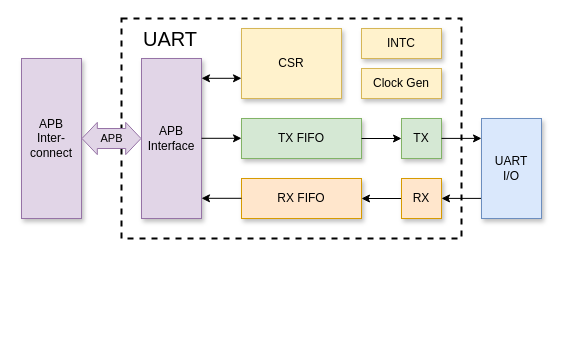
Before: doc/drawio/uart.drawio in minhcly95/riscv_machine, a draw.io diagram. Source tidied: cells renumbered, new cells numbered last; positions are measured from the earlier drawing's top-left corner, leaving out a move shared by most shapes. Both pictures are drawn from the tidied source at 100%, with x=0, y=0 at pixel (21, 18).
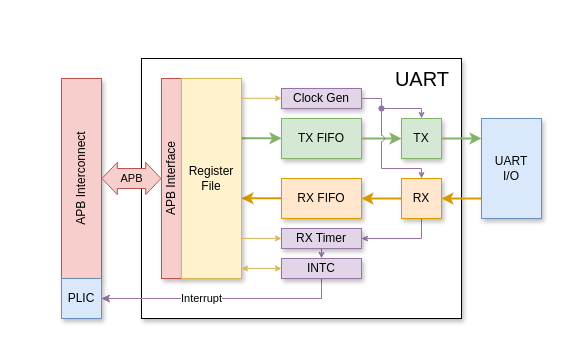
The same diagram, later.

The change refers to these unchanged cells:
```xml
<mxCell id="5" value="TX" style="rounded=0;whiteSpace=wrap;html=1;shadow=1;fillColor=#d5e8d4;strokeColor=#82b366;" parent="1" vertex="1">
  <mxGeometry x="380" y="100" width="40" height="40" as="geometry" />
</mxCell>
<mxCell id="7" value="RX" style="rounded=0;whiteSpace=wrap;html=1;shadow=1;fillColor=#ffe6cc;strokeColor=#d79b00;" parent="1" vertex="1">
  <mxGeometry x="380" y="160" width="40" height="40" as="geometry" />
</mxCell>
```

What changed in the source:
```diff
@@
-    <mxCell id="2" style="rounded=0;whiteSpace=wrap;html=1;dashed=1;strokeWidth=2;fillColor=none;" parent="1" vertex="1">
-      <mxGeometry x="100" width="340" height="220" as="geometry" />
+    <mxCell id="2" style="rounded=0;whiteSpace=wrap;html=1;strokeWidth=1;fillColor=default;shadow=1;" parent="1" vertex="1">
+      <mxGeometry x="120" y="40" width="320" height="260" as="geometry" />
     </mxCell>
     <mxCell id="3" value="TX FIFO" style="rounded=0;whiteSpace=wrap;html=1;shadow=1;fillColor=#d5e8d4;strokeColor=#82b366;" parent="1" vertex="1">
-      <mxGeometry x="220" y="100" width="120" height="40" as="geometry" />
+      <mxGeometry x="260" y="100" width="80" height="40" as="geometry" />
     </mxCell>
     <mxCell id="4" value="RX FIFO" style="rounded=0;whiteSpace=wrap;html=1;shadow=1;fillColor=#ffe6cc;strokeColor=#d79b00;" parent="1" vertex="1">
-      <mxGeometry x="220" y="160" width="120" height="40" as="geometry" />
+      <mxGeometry x="260" y="160" width="80" height="40" as="geometry" />
     </mxCell>
@@
-    <mxCell id="6" style="rounded=0;jettySize=auto;html=1;exitX=0;exitY=0.5;exitDx=0;exitDy=0;entryX=1;entryY=0.5;entryDx=0;entryDy=0;" parent="1" edge="1" source="7" target="4">
+    <mxCell id="6" style="rounded=0;jettySize=auto;html=1;exitX=0;exitY=0.5;exitDx=0;exitDy=0;entryX=1;entryY=0.5;entryDx=0;entryDy=0;strokeWidth=2;fillColor=#ffe6cc;strokeColor=#d79b00;" parent="1" edge="1" source="7" target="4">
       <mxGeometry relative="1" as="geometry" />
     </mxCell>
+    <mxCell id="22" style="edgeStyle=orthogonalEdgeStyle;rounded=0;jettySize=auto;html=1;exitX=0.5;exitY=1;exitDx=0;exitDy=0;entryX=1;entryY=0.5;entryDx=0;entryDy=0;endSize=4;fillColor=#e1d5e7;strokeColor=#9673a6;startSize=4;" parent="1" edge="1" source="7" target="25">
+      <mxGeometry relative="1" as="geometry" />
+    </mxCell>
@@
-    <mxCell id="8" style="endArrow=classic;html=1;rounded=0;exitX=1;exitY=0.5;exitDx=0;exitDy=0;entryX=0;entryY=0.5;entryDx=0;entryDy=0;" parent="1" edge="1" source="3" target="5">
+    <mxCell id="8" style="endArrow=classic;html=1;rounded=0;exitX=1;exitY=0.5;exitDx=0;exitDy=0;entryX=0;entryY=0.5;entryDx=0;entryDy=0;strokeWidth=2;fillColor=#d5e8d4;strokeColor=#82b366;" parent="1" edge="1" source="3" target="5">
       <mxGeometry relative="1" as="geometry" />
     </mxCell>
-    <mxCell id="9" value="APB&lt;br&gt;Interface" style="rounded=0;whiteSpace=wrap;html=1;fillColor=#e1d5e7;strokeColor=#9673a6;shadow=1;" parent="1" vertex="1">
-      <mxGeometry x="120" y="40" width="60" height="160" as="geometry" />
+    <mxCell id="9" value="APB Interface" style="rounded=0;whiteSpace=wrap;html=1;fillColor=#f8cecc;strokeColor=#b85450;shadow=1;horizontal=0;" parent="1" vertex="1">
+      <mxGeometry x="140" y="60" width="20" height="200" as="geometry" />
     </mxCell>
-    <mxCell id="10" style="endArrow=classic;html=1;rounded=0;exitX=1;exitY=0.5;exitDx=0;exitDy=0;entryX=0;entryY=0.5;entryDx=0;entryDy=0;" parent="1" edge="1">
+    <mxCell id="10" style="endArrow=classic;html=1;rounded=0;exitX=1;exitY=0.5;exitDx=0;exitDy=0;entryX=0;entryY=0.5;entryDx=0;entryDy=0;strokeWidth=2;fillColor=#d5e8d4;strokeColor=#82b366;" parent="1" edge="1">
       <mxGeometry relative="1" as="geometry">
-        <mxPoint x="180" y="119.8" as="sourcePoint" />
-        <mxPoint x="220" y="119.8" as="targetPoint" />
+        <mxPoint x="220" y="119.8" as="sourcePoint" />
+        <mxPoint x="260" y="119.8" as="targetPoint" />
       </mxGeometry>
     </mxCell>
-    <mxCell id="11" style="endArrow=classic;html=1;rounded=0;exitX=1;exitY=0.5;exitDx=0;exitDy=0;entryX=0;entryY=0.5;entryDx=0;entryDy=0;" parent="1" edge="1">
+    <mxCell id="11" style="endArrow=classic;html=1;rounded=0;exitX=1;exitY=0.5;exitDx=0;exitDy=0;entryX=0;entryY=0.5;entryDx=0;entryDy=0;strokeWidth=2;fillColor=#ffe6cc;strokeColor=#d79b00;" parent="1" edge="1">
       <mxGeometry relative="1" as="geometry">
-        <mxPoint x="220" y="179.8" as="sourcePoint" />
-        <mxPoint x="180" y="179.8" as="targetPoint" />
+        <mxPoint x="260" y="179.8" as="sourcePoint" />
+        <mxPoint x="220" y="179.8" as="targetPoint" />
       </mxGeometry>
     </mxCell>
-    <mxCell id="12" value="CSR" style="rounded=0;whiteSpace=wrap;html=1;shadow=1;fillColor=#fff2cc;strokeColor=#d6b656;" parent="1" vertex="1">
-      <mxGeometry x="220" y="10" width="100" height="70" as="geometry" />
+    <mxCell id="12" value="Register&lt;br&gt;File" style="rounded=0;whiteSpace=wrap;html=1;shadow=1;fillColor=#fff2cc;strokeColor=#d6b656;" parent="1" vertex="1">
+      <mxGeometry x="160" y="60" width="60" height="200" as="geometry" />
     </mxCell>
-    <mxCell id="13" style="endArrow=classic;html=1;rounded=0;exitX=1;exitY=0.5;exitDx=0;exitDy=0;entryX=0;entryY=0.5;entryDx=0;entryDy=0;startArrow=classic;startFill=1;" parent="1" edge="1">
-      <mxGeometry relative="1" as="geometry">
-        <mxPoint x="180" y="59.8" as="sourcePoint" />
-        <mxPoint x="220" y="59.8" as="targetPoint" />
-      </mxGeometry>
-    </mxCell>
-    <mxCell id="14" style="endArrow=classic;html=1;rounded=0;exitX=1;exitY=0.5;exitDx=0;exitDy=0;entryX=0;entryY=0.5;entryDx=0;entryDy=0;" parent="1" edge="1">
+    <mxCell id="14" style="endArrow=classic;html=1;rounded=0;exitX=1;exitY=0.5;exitDx=0;exitDy=0;entryX=0;entryY=0.5;entryDx=0;entryDy=0;fillColor=#d5e8d4;strokeColor=#82b366;strokeWidth=2;" parent="1" edge="1">
       <mxGeometry relative="1" as="geometry">
         <mxPoint x="420" y="119.9" as="sourcePoint" />
         <mxPoint x="460" y="119.9" as="targetPoint" />
       </mxGeometry>
     </mxCell>
-    <mxCell id="15" style="rounded=0;orthogonalLoop=1;jettySize=auto;html=1;exitX=0;exitY=0.5;exitDx=0;exitDy=0;entryX=1;entryY=0.5;entryDx=0;entryDy=0;" parent="1" edge="1">
+    <mxCell id="15" style="rounded=0;orthogonalLoop=1;jettySize=auto;html=1;exitX=0;exitY=0.5;exitDx=0;exitDy=0;entryX=1;entryY=0.5;entryDx=0;entryDy=0;fillColor=#ffe6cc;strokeColor=#d79b00;strokeWidth=2;" parent="1" edge="1">
       <mxGeometry relative="1" as="geometry">
         <mxPoint x="460" y="179.9" as="sourcePoint" />
         <mxPoint x="420" y="179.9" as="targetPoint" />
       </mxGeometry>
     </mxCell>
@@
-    <mxCell id="17" value="APB&lt;br&gt;Inter-connect" style="rounded=0;whiteSpace=wrap;html=1;fillColor=#e1d5e7;strokeColor=#9673a6;shadow=1;" parent="1" vertex="1">
-      <mxGeometry y="40" width="60" height="160" as="geometry" />
+    <mxCell id="17" value="APB Interconnect" style="rounded=0;whiteSpace=wrap;html=1;fillColor=#f8cecc;strokeColor=#b85450;shadow=1;horizontal=0;" parent="1" vertex="1">
+      <mxGeometry x="40" y="60" width="40" height="200" as="geometry" />
     </mxCell>
-    <mxCell id="18" value="APB" style="shape=flexArrow;endArrow=classic;startArrow=classic;html=1;rounded=0;exitX=1;exitY=0.5;exitDx=0;exitDy=0;entryX=0;entryY=0.5;entryDx=0;entryDy=0;width=20;startSize=4.765363128491621;startWidth=11.28491620111732;endWidth=11.28491620111732;endSize=4.765363128491621;fontColor=default;labelBackgroundColor=none;fillColor=#e1d5e7;shadow=0;strokeColor=#9673a6;" parent="1" edge="1" source="17" target="9">
+    <mxCell id="18" value="APB" style="shape=flexArrow;endArrow=classic;startArrow=classic;html=1;rounded=0;exitX=1;exitY=0.5;exitDx=0;exitDy=0;entryX=0;entryY=0.5;entryDx=0;entryDy=0;width=20;startSize=4.765363128491621;startWidth=11.28491620111732;endWidth=11.28491620111732;endSize=4.765363128491621;fontColor=default;labelBackgroundColor=none;fillColor=#f8cecc;shadow=0;strokeColor=#b85450;" parent="1" edge="1" source="17" target="9">
       <mxGeometry relative="1" as="geometry" />
     </mxCell>
-    <mxCell id="19" value="UART" style="text;html=1;align=left;verticalAlign=middle;whiteSpace=wrap;rounded=0;fontSize=20;" parent="1" vertex="1">
-      <mxGeometry x="120" width="60" height="40" as="geometry" />
+    <mxCell id="19" value="UART" style="text;html=1;align=right;verticalAlign=middle;whiteSpace=wrap;rounded=0;fontSize=20;" parent="1" vertex="1">
+      <mxGeometry x="370" y="50" width="60" height="20" as="geometry" />
     </mxCell>
-    <mxCell id="20" value="Clock Gen" style="rounded=0;whiteSpace=wrap;html=1;shadow=1;fillColor=#fff2cc;strokeColor=#d6b656;" parent="1" vertex="1">
-      <mxGeometry x="340" y="50" width="80" height="30" as="geometry" />
+    <mxCell id="20" value="Clock Gen" style="rounded=0;whiteSpace=wrap;html=1;shadow=1;fillColor=#e1d5e7;strokeColor=#9673a6;" parent="1" vertex="1">
+      <mxGeometry x="260" y="70" width="80" height="20" as="geometry" />
     </mxCell>
+    <mxCell id="23" value="Interrupt" style="edgeStyle=orthogonalEdgeStyle;rounded=0;jettySize=auto;html=1;exitX=1;exitY=0.5;exitDx=0;exitDy=0;fillColor=#e1d5e7;strokeColor=#9673a6;entryX=1;entryY=0.5;entryDx=0;entryDy=0;" parent="1" edge="1" target="33">
+      <mxGeometry x="0.17" relative="1" as="geometry">
+        <mxPoint x="300" y="260.1" as="sourcePoint" />
+        <Array as="points">
+          <mxPoint x="300" y="280" />
+        </Array>
+      </mxGeometry>
+    </mxCell>
-    <mxCell id="21" value="INTC" style="rounded=0;whiteSpace=wrap;html=1;shadow=1;fillColor=#fff2cc;strokeColor=#d6b656;" parent="1" vertex="1">
-      <mxGeometry x="340" y="10" width="80" height="30" as="geometry" />
+    <mxCell id="21" value="INTC" style="rounded=0;whiteSpace=wrap;html=1;shadow=1;fillColor=#e1d5e7;strokeColor=#9673a6;" parent="1" vertex="1">
+      <mxGeometry x="260" y="240" width="80" height="20" as="geometry" />
     </mxCell>
+    <mxCell id="24" style="edgeStyle=orthogonalEdgeStyle;rounded=0;jettySize=auto;html=1;exitX=0.5;exitY=1;exitDx=0;exitDy=0;entryX=0.5;entryY=0;entryDx=0;entryDy=0;endSize=4;fillColor=#e1d5e7;strokeColor=#9673a6;startSize=4;" parent="1" edge="1" source="25" target="21">
+      <mxGeometry relative="1" as="geometry" />
+    </mxCell>
+    <mxCell id="25" value="RX Timer" style="rounded=0;whiteSpace=wrap;html=1;shadow=1;fillColor=#e1d5e7;strokeColor=#9673a6;" parent="1" vertex="1">
+      <mxGeometry x="260" y="210" width="80" height="20" as="geometry" />
+    </mxCell>
+    <mxCell id="26" style="endArrow=classic;html=1;rounded=0;exitX=1;exitY=0.5;exitDx=0;exitDy=0;entryX=0;entryY=0.5;entryDx=0;entryDy=0;fillColor=#fff2cc;strokeColor=#d6b656;endSize=4;startSize=4;" parent="1" edge="1">
+      <mxGeometry relative="1" as="geometry">
+        <mxPoint x="220" y="79.8" as="sourcePoint" />
+        <mxPoint x="260" y="79.8" as="targetPoint" />
+      </mxGeometry>
+    </mxCell>
+    <mxCell id="27" style="endArrow=classic;html=1;rounded=0;exitDx=0;exitDy=0;entryX=0.5;entryY=0;entryDx=0;entryDy=0;edgeStyle=orthogonalEdgeStyle;endFill=1;endSize=4;fillColor=#e1d5e7;strokeColor=#9673a6;startSize=4;" parent="1" edge="1" source="30" target="5">
+      <mxGeometry relative="1" as="geometry">
+        <Array as="points">
+          <mxPoint x="400" y="90" />
+        </Array>
+      </mxGeometry>
+    </mxCell>
+    <mxCell id="28" style="endArrow=none;html=1;rounded=0;exitX=1;exitY=0.5;exitDx=0;exitDy=0;entryDx=0;entryDy=0;endFill=0;edgeStyle=orthogonalEdgeStyle;fillColor=#e1d5e7;strokeColor=#9673a6;endSize=4;startSize=4;" parent="1" edge="1" source="20" target="30">
+      <mxGeometry relative="1" as="geometry">
+        <Array as="points">
+          <mxPoint x="360" y="80" />
+        </Array>
+      </mxGeometry>
+    </mxCell>
+    <mxCell id="29" style="edgeStyle=orthogonalEdgeStyle;rounded=0;jettySize=auto;html=1;entryX=0.5;entryY=0;entryDx=0;entryDy=0;jumpStyle=arc;endArrow=classic;endFill=1;endSize=4;fillColor=#e1d5e7;strokeColor=#9673a6;startSize=4;" parent="1" edge="1" source="30" target="7">
+      <mxGeometry relative="1" as="geometry">
+        <Array as="points">
+          <mxPoint x="360" y="150" />
+          <mxPoint x="400" y="150" />
+        </Array>
+      </mxGeometry>
+    </mxCell>
+    <mxCell id="30" style="shape=waypoint;sketch=0;fillStyle=solid;size=6;points=[];fillColor=#e1d5e7;perimeter=centerPerimeter;snapToPoint=1;strokeColor=#9673a6;" parent="1" vertex="1">
+      <mxGeometry x="350" y="80" width="20" height="20" as="geometry" />
+    </mxCell>
+    <mxCell id="31" style="endArrow=classic;html=1;rounded=0;exitX=1;exitY=0.5;exitDx=0;exitDy=0;entryX=0;entryY=0.5;entryDx=0;entryDy=0;fillColor=#fff2cc;strokeColor=#d6b656;endSize=4;startSize=4;" parent="1" edge="1">
+      <mxGeometry relative="1" as="geometry">
+        <mxPoint x="220" y="219.9" as="sourcePoint" />
+        <mxPoint x="260" y="219.9" as="targetPoint" />
+      </mxGeometry>
+    </mxCell>
+    <mxCell id="32" style="endArrow=classic;html=1;rounded=0;exitX=1;exitY=0.5;exitDx=0;exitDy=0;entryX=0;entryY=0.5;entryDx=0;entryDy=0;fillColor=#fff2cc;strokeColor=#d6b656;startArrow=classic;startFill=1;endSize=4;startSize=4;" parent="1" edge="1">
+      <mxGeometry relative="1" as="geometry">
+        <mxPoint x="220" y="249.9" as="sourcePoint" />
+        <mxPoint x="260" y="249.9" as="targetPoint" />
+      </mxGeometry>
+    </mxCell>
+    <mxCell id="33" value="PLIC" style="rounded=0;whiteSpace=wrap;html=1;fillColor=#dae8fc;strokeColor=#6c8ebf;shadow=1;horizontal=1;" parent="1" vertex="1">
+      <mxGeometry x="40" y="260" width="40" height="40" as="geometry" />
+    </mxCell>
```
